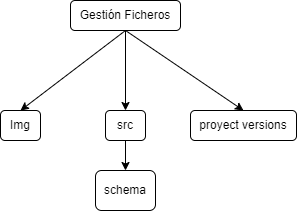
HellLonely/FantasyLand keeps this draw.io diagram as src/schema1.png. Above is the earlier version. Source tidied: cells renumbered, new cells last; positions are measured from the earlier drawing's top-left corner, leaving out a move shared by most shapes. Source of this version:
```xml
<mxGraphModel>
  <root>
    <mxCell id="0" />
    <mxCell id="1" parent="0" />
    <mxCell id="2" style="edgeStyle=none;html=1;exitX=0.5;exitY=1;exitDx=0;exitDy=0;entryX=0.5;entryY=0;entryDx=0;entryDy=0;" parent="1" edge="1" source="5" target="8">
      <mxGeometry relative="1" as="geometry" />
    </mxCell>
    <mxCell id="3" style="edgeStyle=none;html=1;exitX=0.5;exitY=1;exitDx=0;exitDy=0;entryX=0.5;entryY=0;entryDx=0;entryDy=0;" parent="1" edge="1" source="5" target="6">
      <mxGeometry relative="1" as="geometry" />
    </mxCell>
    <mxCell id="4" style="edgeStyle=none;html=1;exitX=0.5;exitY=1;exitDx=0;exitDy=0;entryX=0.5;entryY=0;entryDx=0;entryDy=0;" parent="1" edge="1" source="5" target="9">
      <mxGeometry relative="1" as="geometry" />
    </mxCell>
    <mxCell id="5" value="Gestión Ficheros" style="rounded=1;whiteSpace=wrap;html=1;" parent="1" vertex="1">
      <mxGeometry x="70" width="110" height="30" as="geometry" />
    </mxCell>
    <mxCell id="6" value="Img&lt;br&gt;" style="rounded=1;whiteSpace=wrap;html=1;" parent="1" vertex="1">
      <mxGeometry y="110" width="40" height="30" as="geometry" />
    </mxCell>
    <mxCell id="7" style="edgeStyle=none;html=1;exitX=0.5;exitY=1;exitDx=0;exitDy=0;entryX=0.5;entryY=0;entryDx=0;entryDy=0;" parent="1" edge="1" source="8" target="10">
      <mxGeometry relative="1" as="geometry" />
    </mxCell>
    <mxCell id="8" value="src" style="rounded=1;whiteSpace=wrap;html=1;" parent="1" vertex="1">
      <mxGeometry x="105" y="110" width="40" height="30" as="geometry" />
    </mxCell>
    <mxCell id="9" value="proyect versions" style="rounded=1;whiteSpace=wrap;html=1;" parent="1" vertex="1">
      <mxGeometry x="190" y="110" width="106" height="30" as="geometry" />
    </mxCell>
    <mxCell id="10" value="schema" style="rounded=1;whiteSpace=wrap;html=1;" parent="1" vertex="1">
      <mxGeometry x="95" y="170" width="60" height="40" as="geometry" />
    </mxCell>
  </root>
</mxGraphModel>
```
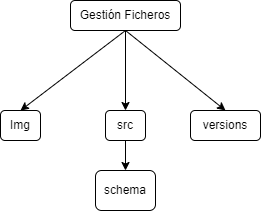
The same diagram one commit later.

What changed in the source:
```diff
@@ -23,8 +23,8 @@
     <mxCell id="8" value="src" style="rounded=1;whiteSpace=wrap;html=1;" parent="1" vertex="1">
       <mxGeometry x="105" y="110" width="40" height="30" as="geometry" />
     </mxCell>
-    <mxCell id="9" value="proyect versions" style="rounded=1;whiteSpace=wrap;html=1;" parent="1" vertex="1">
-      <mxGeometry x="190" y="110" width="106" height="30" as="geometry" />
+    <mxCell id="9" value="versions" style="rounded=1;whiteSpace=wrap;html=1;" parent="1" vertex="1">
+      <mxGeometry x="190" y="110" width="70" height="30" as="geometry" />
     </mxCell>
     <mxCell id="10" value="schema" style="rounded=1;whiteSpace=wrap;html=1;" parent="1" vertex="1">
       <mxGeometry x="95" y="170" width="60" height="40" as="geometry" />
```
